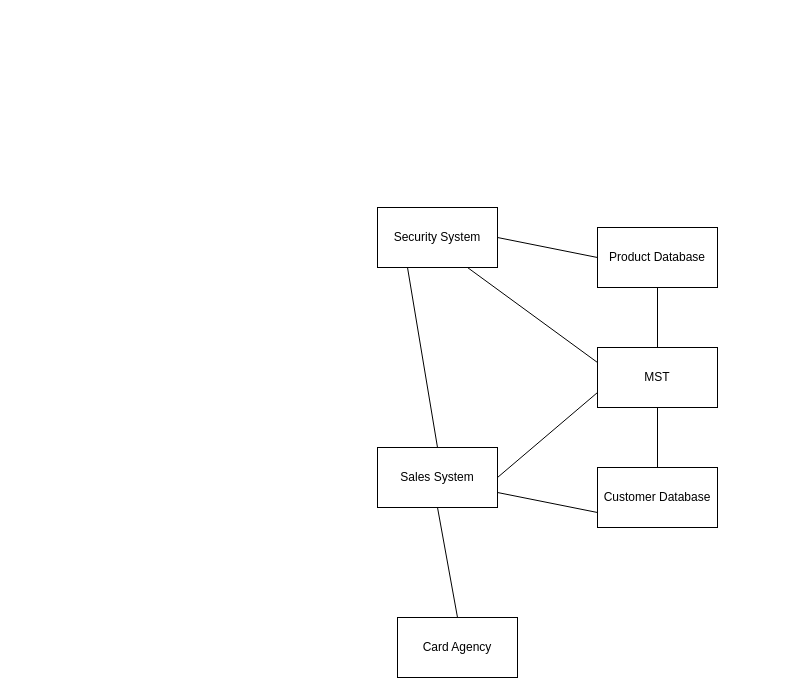
Before: workshop10_week11.drawio in antonykimuom/SWEN30006-2025-SM1-workshop1-tuew05-14-00-team-12, a draw.io diagram. Source tidied: cells renumbered, new cells numbered last; positions are measured from the earlier drawing's top-left corner, leaving out a move shared by most shapes. Both pictures are drawn from the tidied source at 100%, with x=0, y=0 at pixel (377, 207).
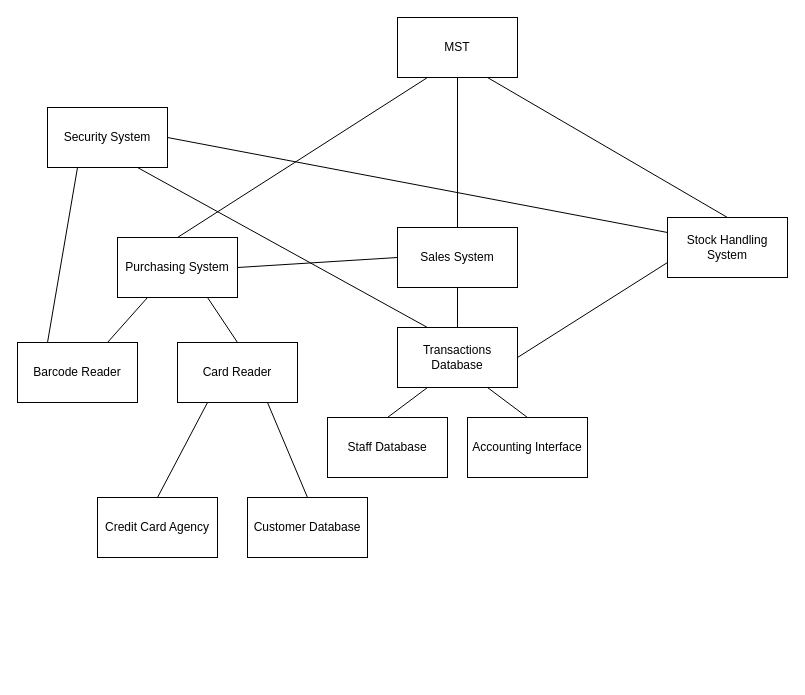
After the change.

What changed in the source:
```diff
@@
-    <mxCell id="2" value="Product Database" style="rounded=0;whiteSpace=wrap;html=1;" parent="1" vertex="1">
-      <mxGeometry x="220" y="20" width="120" height="60" as="geometry" />
-    </mxCell>
+    <mxCell id="5" value="MST" style="rounded=0;whiteSpace=wrap;html=1;" parent="1" vertex="1">
+      <mxGeometry x="20" y="-190" width="120" height="60" as="geometry" />
+    </mxCell>
+    <mxCell id="16" value="Purchasing System" style="rounded=0;whiteSpace=wrap;html=1;" parent="1" vertex="1">
+      <mxGeometry x="-260" y="30" width="120" height="60" as="geometry" />
+    </mxCell>
+    <mxCell id="17" style="endArrow=none;html=1;rounded=0;entryX=0.25;entryY=1;entryDx=0;entryDy=0;exitX=0.5;exitY=0;exitDx=0;exitDy=0;" parent="1" edge="1" source="16" target="5">
+      <mxGeometry relative="1" as="geometry" />
+    </mxCell>
+    <mxCell id="18" value="Stock Handling System" style="rounded=0;whiteSpace=wrap;html=1;" parent="1" vertex="1">
+      <mxGeometry x="290" y="10" width="120" height="60" as="geometry" />
+    </mxCell>
+    <mxCell id="11" style="endArrow=none;html=1;rounded=0;exitX=0.5;exitY=0;exitDx=0;exitDy=0;entryX=0.5;entryY=1;entryDx=0;entryDy=0;" parent="1" edge="1" source="6" target="5">
+      <mxGeometry relative="1" as="geometry" />
+    </mxCell>
+    <mxCell id="6" value="Sales System" style="rounded=0;whiteSpace=wrap;html=1;" parent="1" vertex="1">
+      <mxGeometry x="20" y="20" width="120" height="60" as="geometry" />
+    </mxCell>
+    <mxCell id="19" style="endArrow=none;html=1;rounded=0;entryX=0.75;entryY=1;entryDx=0;entryDy=0;exitX=0.5;exitY=0;exitDx=0;exitDy=0;" parent="1" edge="1" source="18" target="5">
+      <mxGeometry relative="1" as="geometry" />
+    </mxCell>
+    <mxCell id="20" style="endArrow=none;html=1;rounded=0;exitX=1;exitY=0.5;exitDx=0;exitDy=0;entryX=0;entryY=0.5;entryDx=0;entryDy=0;" parent="1" edge="1" source="16" target="6">
+      <mxGeometry relative="1" as="geometry" />
+    </mxCell>
+    <mxCell id="21" value="Card Reader" style="rounded=0;whiteSpace=wrap;html=1;" parent="1" vertex="1">
+      <mxGeometry x="-200" y="135" width="120" height="60" as="geometry" />
+    </mxCell>
+    <mxCell id="22" style="endArrow=none;html=1;rounded=0;entryX=0.75;entryY=1;entryDx=0;entryDy=0;exitX=0.5;exitY=0;exitDx=0;exitDy=0;" parent="1" edge="1" source="21" target="16">
+      <mxGeometry relative="1" as="geometry" />
+    </mxCell>
+    <mxCell id="23" value="Credit Card Agency" style="rounded=0;whiteSpace=wrap;html=1;" parent="1" vertex="1">
+      <mxGeometry x="-280" y="290" width="120" height="60" as="geometry" />
+    </mxCell>
+    <mxCell id="24" style="endArrow=none;html=1;rounded=0;entryX=0.25;entryY=1;entryDx=0;entryDy=0;exitX=0.5;exitY=0;exitDx=0;exitDy=0;" parent="1" edge="1" source="23" target="21">
+      <mxGeometry relative="1" as="geometry" />
+    </mxCell>
     <mxCell id="3" value="Customer Database" style="rounded=0;whiteSpace=wrap;html=1;" parent="1" vertex="1">
-      <mxGeometry x="220" y="260" width="120" height="60" as="geometry" />
+      <mxGeometry x="-130" y="290" width="120" height="60" as="geometry" />
     </mxCell>
+    <mxCell id="25" style="endArrow=none;html=1;rounded=0;entryX=0.75;entryY=1;entryDx=0;entryDy=0;exitX=0.5;exitY=0;exitDx=0;exitDy=0;" parent="1" edge="1" source="3" target="21">
+      <mxGeometry relative="1" as="geometry" />
+    </mxCell>
+    <mxCell id="26" value="Transactions Database" style="rounded=0;whiteSpace=wrap;html=1;" parent="1" vertex="1">
+      <mxGeometry x="20" y="120" width="120" height="60" as="geometry" />
+    </mxCell>
+    <mxCell id="27" style="endArrow=none;html=1;rounded=0;entryX=0.5;entryY=1;entryDx=0;entryDy=0;exitX=0.5;exitY=0;exitDx=0;exitDy=0;" parent="1" edge="1" source="26" target="6">
+      <mxGeometry relative="1" as="geometry" />
+    </mxCell>
+    <mxCell id="28" value="Staff Database" style="rounded=0;whiteSpace=wrap;html=1;" parent="1" vertex="1">
+      <mxGeometry x="-50" y="210" width="120" height="60" as="geometry" />
+    </mxCell>
+    <mxCell id="29" value="Accounting Interface" style="rounded=0;whiteSpace=wrap;html=1;" parent="1" vertex="1">
+      <mxGeometry x="90" y="210" width="120" height="60" as="geometry" />
+    </mxCell>
+    <mxCell id="30" style="endArrow=none;html=1;rounded=0;entryX=0.25;entryY=1;entryDx=0;entryDy=0;exitX=0.5;exitY=0;exitDx=0;exitDy=0;" parent="1" edge="1" source="28" target="26">
+      <mxGeometry relative="1" as="geometry" />
+    </mxCell>
+    <mxCell id="31" style="endArrow=none;html=1;rounded=0;entryX=0.75;entryY=1;entryDx=0;entryDy=0;exitX=0.5;exitY=0;exitDx=0;exitDy=0;" parent="1" edge="1" source="29" target="26">
+      <mxGeometry relative="1" as="geometry" />
+    </mxCell>
+    <mxCell id="32" style="endArrow=none;html=1;rounded=0;exitX=1;exitY=0.5;exitDx=0;exitDy=0;entryX=0;entryY=0.75;entryDx=0;entryDy=0;" parent="1" edge="1" source="26" target="18">
+      <mxGeometry relative="1" as="geometry" />
+    </mxCell>
     <mxCell id="4" value="Security System" style="rounded=0;whiteSpace=wrap;html=1;" parent="1" vertex="1">
-      <mxGeometry width="120" height="60" as="geometry" />
+      <mxGeometry x="-330" y="-100" width="120" height="60" as="geometry" />
     </mxCell>
-    <mxCell id="5" value="MST" style="rounded=0;whiteSpace=wrap;html=1;" parent="1" vertex="1">
-      <mxGeometry x="220" y="140" width="120" height="60" as="geometry" />
-    </mxCell>
-    <mxCell id="6" value="Sales System" style="rounded=0;whiteSpace=wrap;html=1;" parent="1" vertex="1">
-      <mxGeometry y="240" width="120" height="60" as="geometry" />
-    </mxCell>
-    <mxCell id="7" value="Card Agency" style="rounded=0;whiteSpace=wrap;html=1;" parent="1" vertex="1">
-      <mxGeometry x="20" y="410" width="120" height="60" as="geometry" />
-    </mxCell>
-    <mxCell id="8" style="endArrow=none;html=1;rounded=0;exitX=0.5;exitY=0;exitDx=0;exitDy=0;entryX=0.5;entryY=1;entryDx=0;entryDy=0;" parent="1" edge="1" source="5" target="2">
-      <mxGeometry relative="1" as="geometry" />
-    </mxCell>
-    <mxCell id="9" style="endArrow=none;html=1;rounded=0;" parent="1" edge="1">
-      <mxGeometry relative="1" as="geometry">
-        <mxPoint x="280" y="260" as="sourcePoint" />
-        <mxPoint x="280" y="200" as="targetPoint" />
-      </mxGeometry>
-    </mxCell>
-    <mxCell id="10" style="endArrow=none;html=1;rounded=0;exitX=0.5;exitY=0;exitDx=0;exitDy=0;entryX=0.5;entryY=1;entryDx=0;entryDy=0;" parent="1" edge="1" source="7" target="6">
-      <mxGeometry relative="1" as="geometry" />
-    </mxCell>
-    <mxCell id="11" style="endArrow=none;html=1;rounded=0;exitX=1;exitY=0.5;exitDx=0;exitDy=0;entryX=0;entryY=0.75;entryDx=0;entryDy=0;" parent="1" edge="1" source="6" target="5">
-      <mxGeometry relative="1" as="geometry" />
-    </mxCell>
-    <mxCell id="12" style="endArrow=none;html=1;rounded=0;entryX=0.75;entryY=1;entryDx=0;entryDy=0;exitX=0;exitY=0.25;exitDx=0;exitDy=0;" parent="1" edge="1" source="5" target="4">
-      <mxGeometry relative="1" as="geometry" />
-    </mxCell>
-    <mxCell id="13" style="endArrow=none;html=1;rounded=0;exitX=0.25;exitY=1;exitDx=0;exitDy=0;entryX=0.5;entryY=0;entryDx=0;entryDy=0;" parent="1" edge="1" source="4" target="6">
-      <mxGeometry relative="1" as="geometry" />
-    </mxCell>
-    <mxCell id="14" style="endArrow=none;html=1;rounded=0;entryX=1;entryY=0.5;entryDx=0;entryDy=0;exitX=0;exitY=0.5;exitDx=0;exitDy=0;" parent="1" edge="1" source="2" target="4">
-      <mxGeometry relative="1" as="geometry" />
-    </mxCell>
-    <mxCell id="15" style="endArrow=none;html=1;rounded=0;exitX=1;exitY=0.75;exitDx=0;exitDy=0;entryX=0;entryY=0.75;entryDx=0;entryDy=0;" parent="1" edge="1" source="6" target="3">
-      <mxGeometry relative="1" as="geometry" />
-    </mxCell>
+    <mxCell id="33" value="Barcode Reader" style="rounded=0;whiteSpace=wrap;html=1;" parent="1" vertex="1">
+      <mxGeometry x="-360" y="135" width="120" height="60" as="geometry" />
+    </mxCell>
+    <mxCell id="34" style="endArrow=none;html=1;rounded=0;entryX=0.25;entryY=1;entryDx=0;entryDy=0;exitX=0.75;exitY=0;exitDx=0;exitDy=0;" parent="1" edge="1" source="33" target="16">
+      <mxGeometry relative="1" as="geometry" />
+    </mxCell>
+    <mxCell id="35" style="endArrow=none;html=1;rounded=0;entryX=0.25;entryY=1;entryDx=0;entryDy=0;exitX=0.25;exitY=0;exitDx=0;exitDy=0;" parent="1" edge="1" source="33" target="4">
+      <mxGeometry relative="1" as="geometry" />
+    </mxCell>
+    <mxCell id="36" style="endArrow=none;html=1;rounded=0;entryX=0.75;entryY=1;entryDx=0;entryDy=0;exitX=0.25;exitY=0;exitDx=0;exitDy=0;" parent="1" edge="1" source="26" target="4">
+      <mxGeometry relative="1" as="geometry" />
+    </mxCell>
+    <mxCell id="37" style="endArrow=none;html=1;rounded=0;entryX=1;entryY=0.5;entryDx=0;entryDy=0;exitX=0;exitY=0.25;exitDx=0;exitDy=0;" parent="1" edge="1" source="18" target="4">
+      <mxGeometry relative="1" as="geometry" />
+    </mxCell>
```
